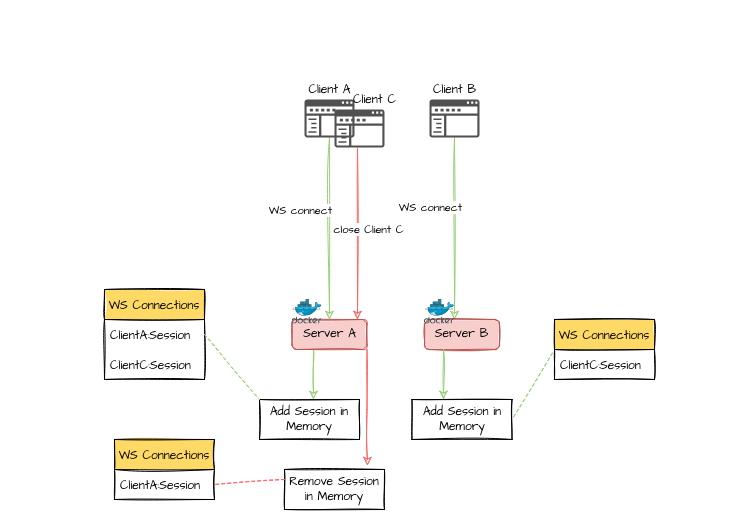
The draw.io diagram page "Page-5" (5 of 6) of MSP.drawio in yindongjun/gangzhang.github.io, before the edit. Source tidied: cells renumbered, new cells numbered last; positions are measured from the earlier drawing's top-left corner, leaving out a move shared by most shapes. Both pictures are drawn from the tidied source at 100%, with x=0, y=0 at pixel (104, 79).
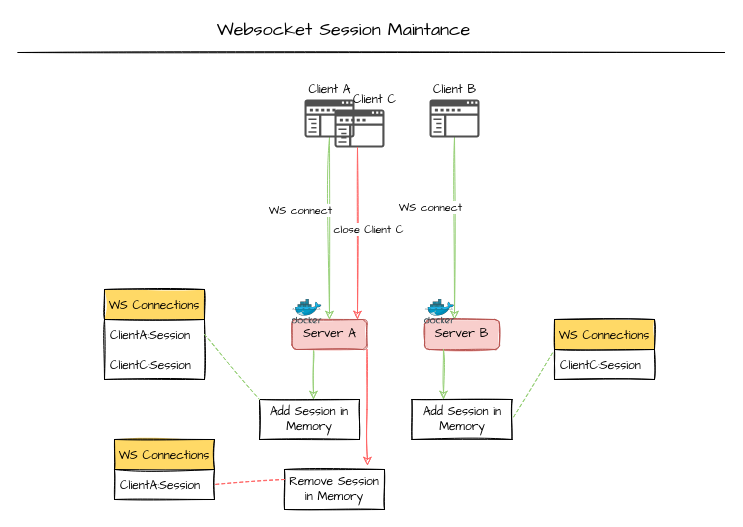
Above is the later version.

What changed in the source:
```diff
@@
+    <mxCell id="34" value="&lt;font style=&quot;font-size: 18px;&quot;&gt;Websocket Session Maintance&lt;/font&gt;" style="text;html=1;align=center;verticalAlign=middle;fillColor=none;fontFamily=Comic Sans MS;" parent="1" vertex="1">
+      <mxGeometry x="104" y="-60" width="270" height="20" as="geometry" />
+    </mxCell>
+    <mxCell id="35" style="endArrow=none;html=1;rounded=0;sketch=1;fontFamily=Comic Sans MS;fontSize=18;strokeColor=#000000;" parent="1" edge="1">
+      <mxGeometry relative="1" as="geometry">
+        <mxPoint x="-86.5" y="-27" as="sourcePoint" />
+        <mxPoint x="620" y="-27" as="targetPoint" />
+      </mxGeometry>
+    </mxCell>
```
